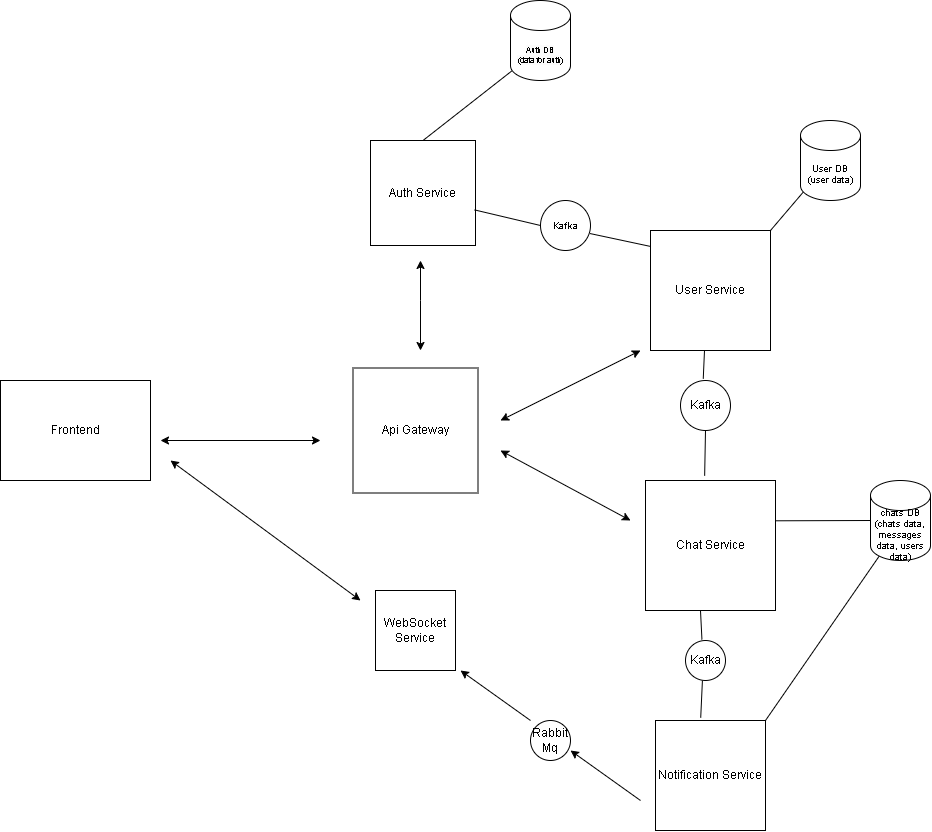
steparrik/Microservice-Messenger keeps this draw.io diagram as architecture.drawio.png. Above is the earlier version. Source tidied: cells renumbered, new cells last; positions are measured from the earlier drawing's top-left corner, leaving out a move shared by most shapes. Source of this version:
```xml
<mxGraphModel>
  <root>
    <mxCell id="0" />
    <mxCell id="1" parent="0" />
    <mxCell id="2" value="Frontend" style="rounded=0;whiteSpace=wrap;html=1;" parent="1" vertex="1">
      <mxGeometry y="380" width="150" height="100" as="geometry" />
    </mxCell>
    <mxCell id="3" value="Api Gateway" style="whiteSpace=wrap;html=1;" parent="1" vertex="1">
      <mxGeometry x="352.5" y="367.5" width="125" height="125" as="geometry" />
    </mxCell>
    <mxCell id="4" style="endArrow=classic;startArrow=classic;html=1;rounded=0;" parent="1" edge="1">
      <mxGeometry relative="1" as="geometry">
        <mxPoint x="420" y="350" as="sourcePoint" />
        <mxPoint x="420" y="260" as="targetPoint" />
        <Array as="points">
          <mxPoint x="420" y="300" />
        </Array>
      </mxGeometry>
    </mxCell>
    <mxCell id="5" value="Auth Service" style="whiteSpace=wrap;html=1;" parent="1" vertex="1">
      <mxGeometry x="370" y="140" width="105" height="105" as="geometry" />
    </mxCell>
    <mxCell id="6" style="endArrow=none;html=1;rounded=0;exitX=0.5;exitY=0;exitDx=0;exitDy=0;" parent="1" edge="1" source="5">
      <mxGeometry relative="1" as="geometry">
        <mxPoint x="511.2" y="70.5" as="targetPoint" />
      </mxGeometry>
    </mxCell>
    <mxCell id="7" value="User Service" style="whiteSpace=wrap;html=1;" parent="1" vertex="1">
      <mxGeometry x="650" y="230" width="120" height="120" as="geometry" />
    </mxCell>
    <mxCell id="8" style="endArrow=none;html=1;rounded=0;entryX=0.036;entryY=0.747;entryDx=0;entryDy=0;entryPerimeter=0;exitX=1;exitY=0;exitDx=0;exitDy=0;" parent="1" edge="1" source="7">
      <mxGeometry relative="1" as="geometry">
        <mxPoint x="804.3" y="189.8" as="targetPoint" />
      </mxGeometry>
    </mxCell>
    <mxCell id="9" value="&lt;font style=&quot;font-size: 8px;&quot;&gt;&lt;br&gt;&lt;span style=&quot;color: rgb(0, 0, 0); font-family: Helvetica; font-style: normal; font-variant-ligatures: normal; font-variant-caps: normal; font-weight: 400; letter-spacing: normal; orphans: 2; text-align: center; text-indent: 0px; text-transform: none; widows: 2; word-spacing: 0px; -webkit-text-stroke-width: 0px; white-space: normal; background-color: rgb(251, 251, 251); text-decoration-thickness: initial; text-decoration-style: initial; text-decoration-color: initial; float: none; display: inline !important;&quot;&gt;Auth DB&lt;/span&gt;&lt;/font&gt;&lt;div style=&quot;forced-color-adjust: none; color: rgb(0, 0, 0); font-family: Helvetica; font-style: normal; font-variant-ligatures: normal; font-variant-caps: normal; font-weight: 400; letter-spacing: normal; orphans: 2; text-align: center; text-indent: 0px; text-transform: none; widows: 2; word-spacing: 0px; -webkit-text-stroke-width: 0px; white-space: normal; text-decoration-thickness: initial; text-decoration-style: initial; text-decoration-color: initial; font-size: 8px;&quot;&gt;&lt;font style=&quot;font-size: 8px;&quot;&gt;&lt;span style=&quot;background-color: rgb(251, 251, 251);&quot;&gt;(data for auth&lt;/span&gt;&lt;/font&gt;)&lt;/div&gt;&lt;font style=&quot;font-size: 8px;&quot;&gt;&lt;br&gt;&lt;/font&gt;" style="shape=cylinder3;whiteSpace=wrap;html=1;boundedLbl=1;backgroundOutline=1;size=15;" parent="1" vertex="1">
      <mxGeometry x="510" width="60" height="80" as="geometry" />
    </mxCell>
    <mxCell id="10" value="&lt;font style=&quot;font-size: 9px;&quot;&gt;&lt;br&gt;&lt;span style=&quot;color: rgb(0, 0, 0); font-family: Helvetica; font-style: normal; font-variant-ligatures: normal; font-variant-caps: normal; font-weight: 400; letter-spacing: normal; orphans: 2; text-align: center; text-indent: 0px; text-transform: none; widows: 2; word-spacing: 0px; -webkit-text-stroke-width: 0px; white-space: normal; text-decoration-thickness: initial; text-decoration-style: initial; text-decoration-color: initial; float: none; display: inline !important;&quot;&gt;User DB&lt;/span&gt;&lt;/font&gt;&lt;div style=&quot;forced-color-adjust: none; color: rgb(0, 0, 0); font-family: Helvetica; font-style: normal; font-variant-ligatures: normal; font-variant-caps: normal; font-weight: 400; letter-spacing: normal; orphans: 2; text-align: center; text-indent: 0px; text-transform: none; widows: 2; word-spacing: 0px; -webkit-text-stroke-width: 0px; white-space: normal; text-decoration-thickness: initial; text-decoration-style: initial; text-decoration-color: initial; font-size: 9px;&quot;&gt;&lt;font style=&quot;font-size: 9px;&quot;&gt;(user data)&lt;/font&gt;&lt;/div&gt;&lt;font style=&quot;font-size: 9px;&quot;&gt;&lt;br&gt;&lt;/font&gt;" style="shape=cylinder3;whiteSpace=wrap;html=1;boundedLbl=1;backgroundOutline=1;size=15;" parent="1" vertex="1">
      <mxGeometry x="800" y="120" width="60" height="80" as="geometry" />
    </mxCell>
    <mxCell id="11" value="Chat Service" style="whiteSpace=wrap;html=1;" parent="1" vertex="1">
      <mxGeometry x="645" y="480" width="130" height="130" as="geometry" />
    </mxCell>
    <mxCell id="12" value="&lt;font style=&quot;font-size: 9px;&quot;&gt;chats DB&lt;/font&gt;&lt;div style=&quot;font-size: 9px;&quot;&gt;&lt;font style=&quot;font-size: 9px;&quot;&gt;(chats data, messages data, users data)&lt;/font&gt;&lt;/div&gt;" style="shape=cylinder3;whiteSpace=wrap;html=1;boundedLbl=1;backgroundOutline=1;size=15;" parent="1" vertex="1">
      <mxGeometry x="870" y="480" width="60" height="80" as="geometry" />
    </mxCell>
    <mxCell id="13" style="endArrow=none;html=1;rounded=0;entryX=0;entryY=0.5;entryDx=0;entryDy=0;entryPerimeter=0;exitX=0.998;exitY=0.31;exitDx=0;exitDy=0;exitPerimeter=0;" parent="1" edge="1" source="11" target="12">
      <mxGeometry relative="1" as="geometry" />
    </mxCell>
    <mxCell id="14" value="Notification Service" style="whiteSpace=wrap;html=1;" parent="1" vertex="1">
      <mxGeometry x="655" y="720" width="110" height="110" as="geometry" />
    </mxCell>
    <mxCell id="15" style="endArrow=none;html=1;rounded=0;entryX=0.145;entryY=1;entryDx=0;entryDy=-4.35;entryPerimeter=0;exitX=1;exitY=0;exitDx=0;exitDy=0;" parent="1" edge="1" source="14" target="12">
      <mxGeometry relative="1" as="geometry" />
    </mxCell>
    <mxCell id="16" value="WebSocket Service" style="whiteSpace=wrap;html=1;" parent="1" vertex="1">
      <mxGeometry x="375" y="590" width="80" height="80" as="geometry" />
    </mxCell>
    <mxCell id="17" style="endArrow=classic;html=1;rounded=0;" parent="1" edge="1">
      <mxGeometry relative="1" as="geometry">
        <mxPoint x="530" y="720" as="sourcePoint" />
        <mxPoint x="460" y="670" as="targetPoint" />
      </mxGeometry>
    </mxCell>
    <mxCell id="18" style="endArrow=classic;html=1;rounded=0;" parent="1" edge="1">
      <mxGeometry relative="1" as="geometry">
        <mxPoint x="640" y="800" as="sourcePoint" />
        <mxPoint x="570" y="750" as="targetPoint" />
      </mxGeometry>
    </mxCell>
    <mxCell id="19" value="Rabbit&lt;div&gt;Mq&lt;/div&gt;" style="ellipse;whiteSpace=wrap;html=1;" parent="1" vertex="1">
      <mxGeometry x="530" y="720" width="40" height="40" as="geometry" />
    </mxCell>
    <mxCell id="20" style="endArrow=classic;startArrow=classic;html=1;rounded=0;" parent="1" edge="1">
      <mxGeometry relative="1" as="geometry">
        <mxPoint x="170" y="460" as="sourcePoint" />
        <mxPoint x="360" y="600" as="targetPoint" />
      </mxGeometry>
    </mxCell>
    <mxCell id="21" style="endArrow=classic;startArrow=classic;html=1;rounded=0;" parent="1" edge="1">
      <mxGeometry relative="1" as="geometry">
        <mxPoint x="160" y="440" as="sourcePoint" />
        <mxPoint x="320" y="440" as="targetPoint" />
      </mxGeometry>
    </mxCell>
    <mxCell id="22" style="endArrow=classic;startArrow=classic;html=1;rounded=0;" parent="1" edge="1">
      <mxGeometry relative="1" as="geometry">
        <mxPoint x="500" y="420" as="sourcePoint" />
        <mxPoint x="640" y="350" as="targetPoint" />
      </mxGeometry>
    </mxCell>
    <mxCell id="23" style="endArrow=classic;startArrow=classic;html=1;rounded=0;" parent="1" edge="1">
      <mxGeometry relative="1" as="geometry">
        <mxPoint x="500" y="450" as="sourcePoint" />
        <mxPoint x="630" y="520" as="targetPoint" />
      </mxGeometry>
    </mxCell>
    <mxCell id="24" style="endArrow=none;html=1;rounded=0;entryX=0.001;entryY=0.133;entryDx=0;entryDy=0;entryPerimeter=0;exitX=0.991;exitY=0.661;exitDx=0;exitDy=0;exitPerimeter=0;" parent="1" edge="1" source="26" target="7">
      <mxGeometry relative="1" as="geometry" />
    </mxCell>
    <mxCell id="25" style="endArrow=none;html=1;rounded=0;entryX=0;entryY=0.5;entryDx=0;entryDy=0;exitX=0.991;exitY=0.661;exitDx=0;exitDy=0;exitPerimeter=0;" parent="1" edge="1" source="5" target="26">
      <mxGeometry relative="1" as="geometry" />
    </mxCell>
    <mxCell id="26" value="&lt;font style=&quot;font-size: 9px;&quot;&gt;Kafka&lt;/font&gt;" style="ellipse;whiteSpace=wrap;html=1;" parent="1" vertex="1">
      <mxGeometry x="540" y="200" width="50" height="50" as="geometry" />
    </mxCell>
    <mxCell id="27" style="endArrow=none;html=1;rounded=0;exitX=0.455;exitY=-0.036;exitDx=0;exitDy=0;exitPerimeter=0;" parent="1" edge="1" source="29">
      <mxGeometry relative="1" as="geometry">
        <mxPoint x="704" y="350" as="targetPoint" />
      </mxGeometry>
    </mxCell>
    <mxCell id="28" style="endArrow=none;html=1;rounded=0;exitX=0.455;exitY=-0.036;exitDx=0;exitDy=0;exitPerimeter=0;" parent="1" edge="1" source="11" target="29">
      <mxGeometry relative="1" as="geometry" />
    </mxCell>
    <mxCell id="29" value="Kafka" style="ellipse;whiteSpace=wrap;html=1;" parent="1" vertex="1">
      <mxGeometry x="680" y="380" width="50" height="50" as="geometry" />
    </mxCell>
    <mxCell id="30" style="endArrow=none;html=1;rounded=0;entryX=0.423;entryY=1;entryDx=0;entryDy=0;entryPerimeter=0;exitX=0.411;exitY=-0.025;exitDx=0;exitDy=0;exitPerimeter=0;" parent="1" edge="1" source="32" target="11">
      <mxGeometry relative="1" as="geometry" />
    </mxCell>
    <mxCell id="31" style="endArrow=none;html=1;rounded=0;entryX=0.423;entryY=1;entryDx=0;entryDy=0;entryPerimeter=0;exitX=0.411;exitY=-0.025;exitDx=0;exitDy=0;exitPerimeter=0;" parent="1" edge="1" source="14" target="32">
      <mxGeometry relative="1" as="geometry" />
    </mxCell>
    <mxCell id="32" value="Kafka" style="ellipse;whiteSpace=wrap;html=1;" parent="1" vertex="1">
      <mxGeometry x="685" y="640" width="40" height="40" as="geometry" />
    </mxCell>
  </root>
</mxGraphModel>
```
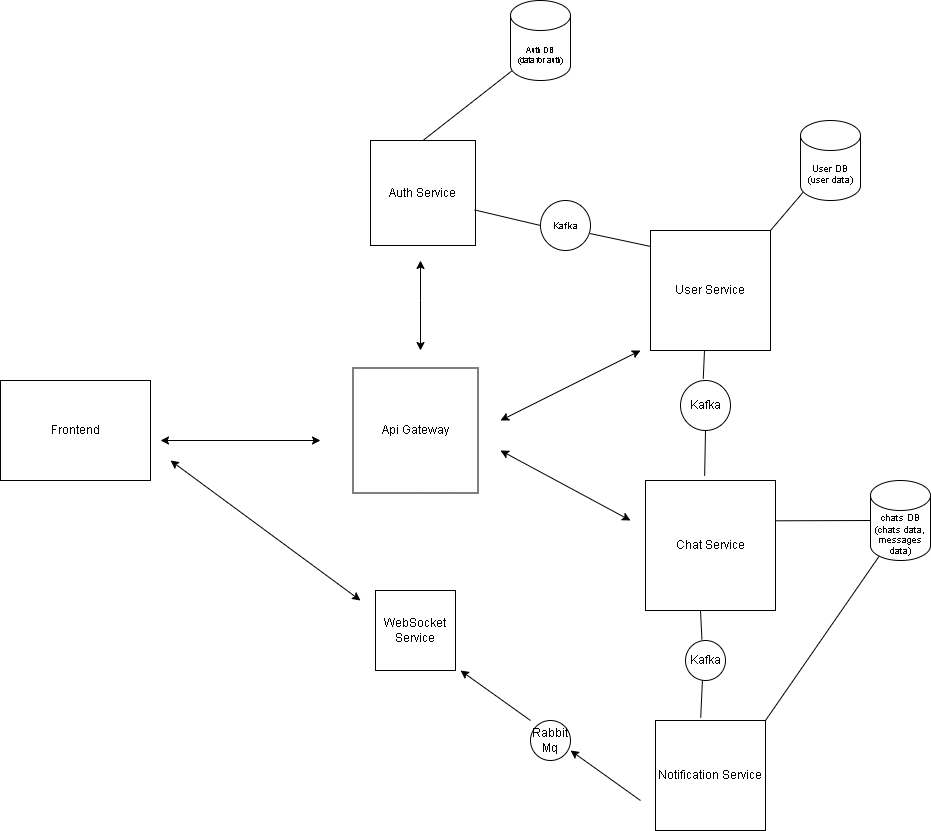
Above is the later version.

What changed in the source:
```diff
@@ -42,7 +42,7 @@
     <mxCell id="11" value="Chat Service" style="whiteSpace=wrap;html=1;" parent="1" vertex="1">
       <mxGeometry x="645" y="480" width="130" height="130" as="geometry" />
     </mxCell>
-    <mxCell id="12" value="&lt;font style=&quot;font-size: 9px;&quot;&gt;chats DB&lt;/font&gt;&lt;div style=&quot;font-size: 9px;&quot;&gt;&lt;font style=&quot;font-size: 9px;&quot;&gt;(chats data, messages data, users data)&lt;/font&gt;&lt;/div&gt;" style="shape=cylinder3;whiteSpace=wrap;html=1;boundedLbl=1;backgroundOutline=1;size=15;" parent="1" vertex="1">
+    <mxCell id="12" value="&lt;font style=&quot;font-size: 9px;&quot;&gt;chats DB&lt;/font&gt;&lt;div style=&quot;font-size: 9px;&quot;&gt;&lt;font style=&quot;font-size: 9px;&quot;&gt;(chats data, messages data)&lt;/font&gt;&lt;/div&gt;" style="shape=cylinder3;whiteSpace=wrap;html=1;boundedLbl=1;backgroundOutline=1;size=15;" parent="1" vertex="1">
       <mxGeometry x="870" y="480" width="60" height="80" as="geometry" />
     </mxCell>
     <mxCell id="13" style="endArrow=none;html=1;rounded=0;entryX=0;entryY=0.5;entryDx=0;entryDy=0;entryPerimeter=0;exitX=0.998;exitY=0.31;exitDx=0;exitDy=0;exitPerimeter=0;" parent="1" edge="1" source="11" target="12">
```
